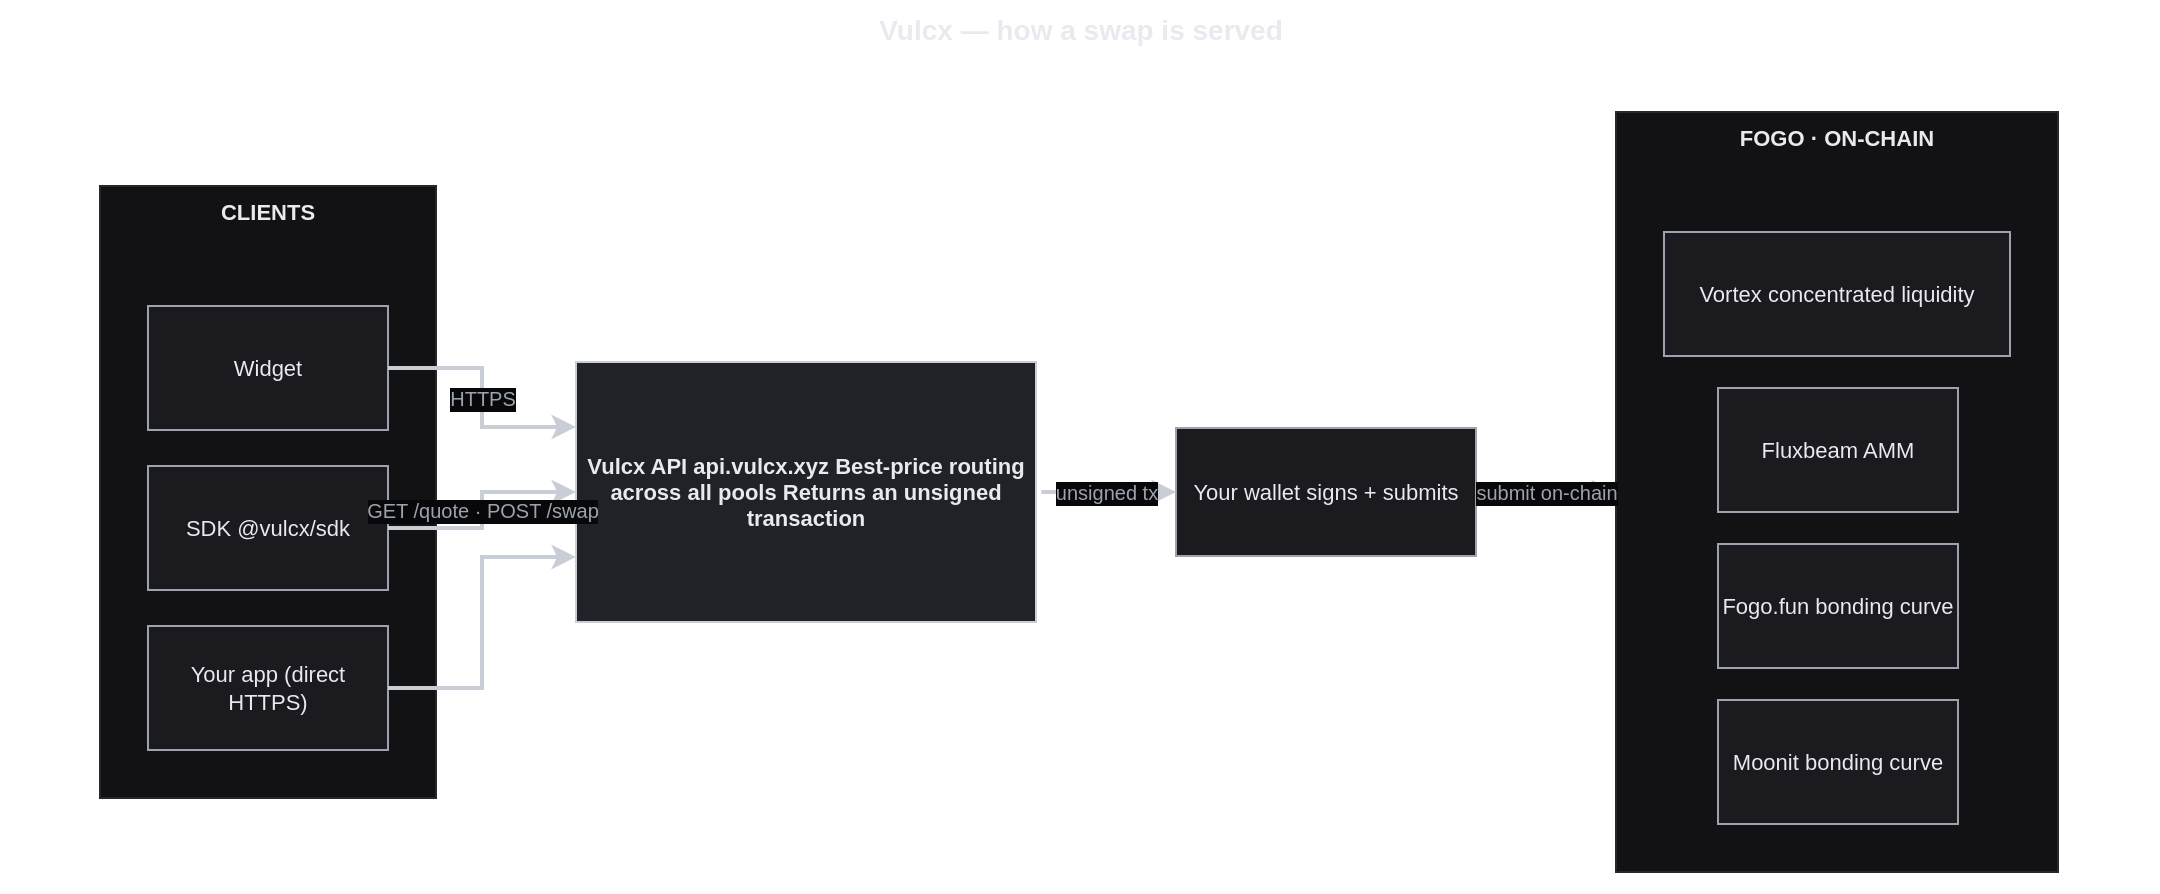
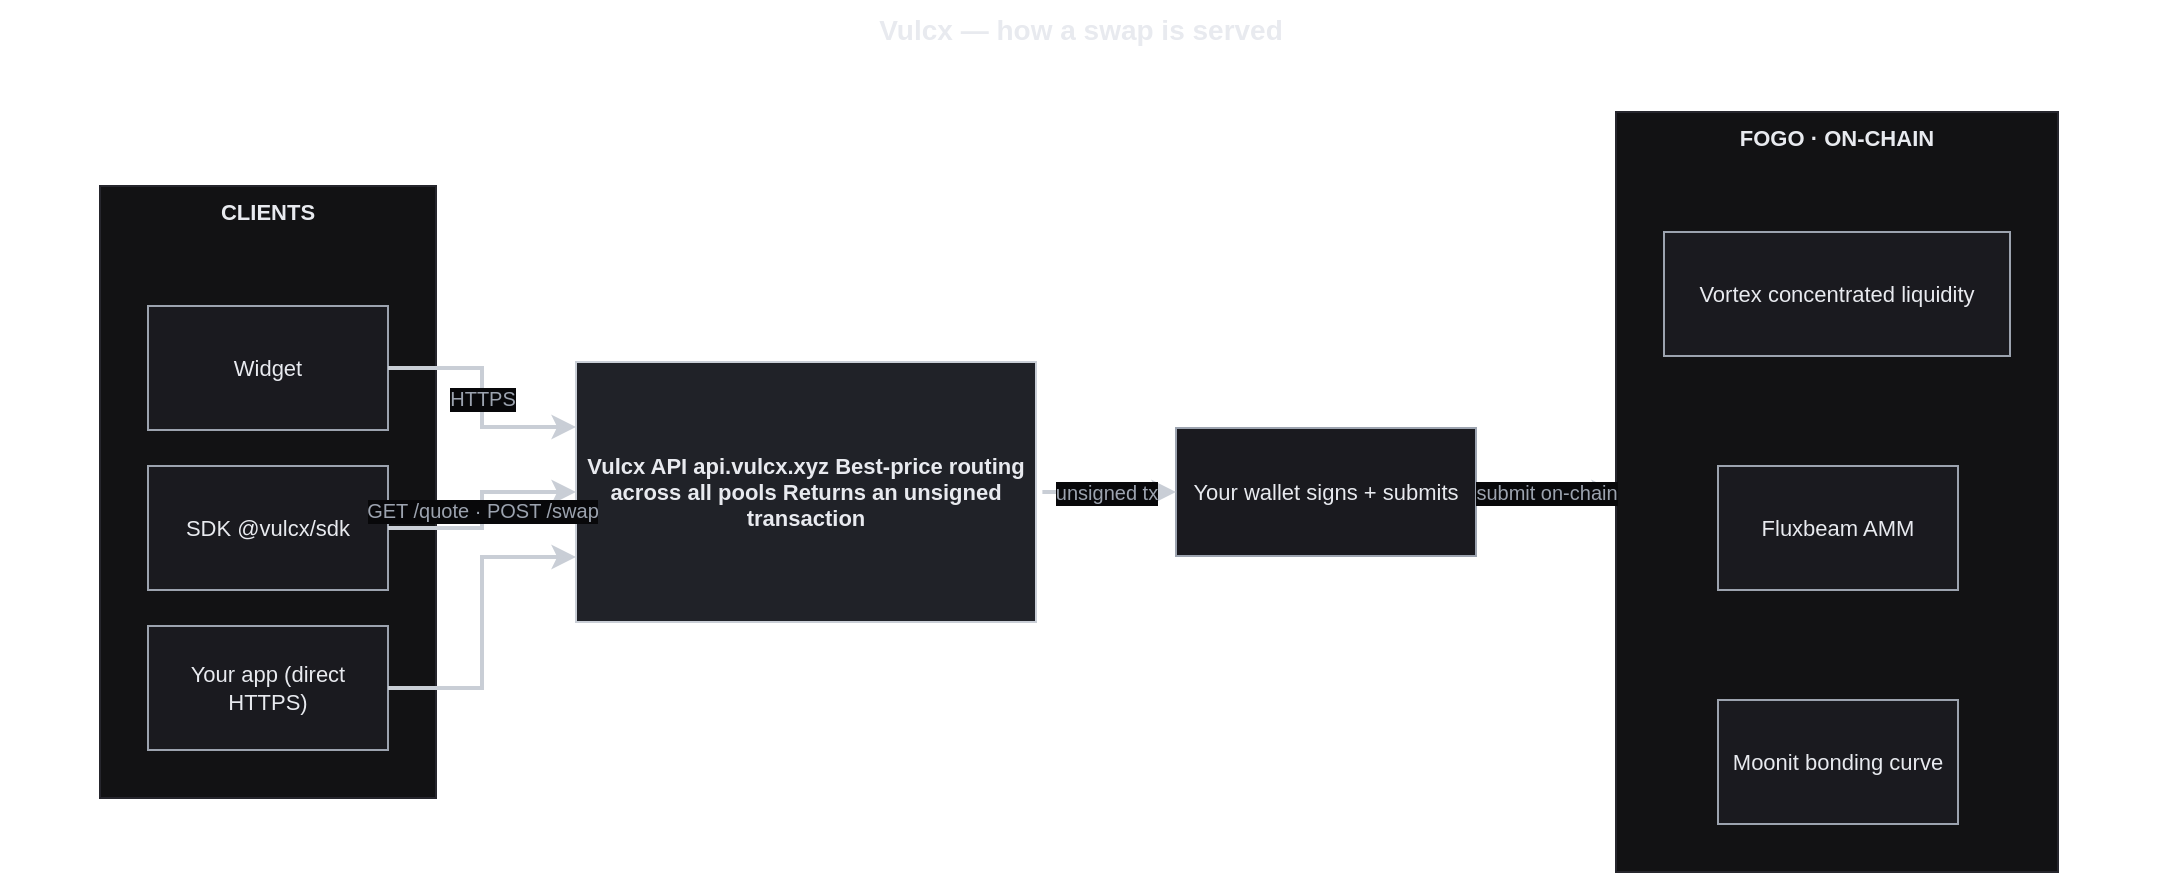
<mxfile host="app.diagrams.net"><diagram name="Vulcx architecture" id="d"><mxGraphModel dx="1400" dy="900" grid="0" gridSize="10" guides="1" tooltips="1" connect="1" arrows="1" fold="1" page="1" pageScale="1" pageWidth="1079" pageHeight="520" math="0" shadow="0"><root><mxCell id="0"/><mxCell id="1" parent="0"/><mxCell id="root" value="" style="rounded=0;whiteSpace=wrap;html=1;fillColor=none;strokeColor=none;fontColor=#e8eaef;fontSize=11;fontStyle=1;verticalAlign=top;" vertex="1" parent="1"><mxGeometry x="40" y="70" width="999" height="400" as="geometry"/></mxCell><mxCell id="clients" value="CLIENTS" style="rounded=0;whiteSpace=wrap;html=1;fillColor=#121214;strokeColor=#26262d;fontColor=#e8eaef;fontSize=11;fontStyle=1;verticalAlign=top;" vertex="1" parent="root"><mxGeometry x="10" y="47" width="168" height="306" as="geometry"/></mxCell><mxCell id="c_widget" value="Widget
&lt;vulcx-swap&gt;" style="rounded=0;whiteSpace=wrap;html=1;fillColor=#1a1a1f;strokeColor=#9ca3af;fontColor=#e8eaef;fontSize=11;fontStyle=0;verticalAlign=middle;" vertex="1" parent="clients"><mxGeometry x="24" y="60" width="120" height="62" as="geometry"/></mxCell><mxCell id="c_sdk" value="SDK
@vulcx/sdk" style="rounded=0;whiteSpace=wrap;html=1;fillColor=#1a1a1f;strokeColor=#9ca3af;fontColor=#e8eaef;fontSize=11;fontStyle=0;verticalAlign=middle;" vertex="1" parent="clients"><mxGeometry x="24" y="140" width="120" height="62" as="geometry"/></mxCell><mxCell id="c_app" value="Your app
(direct HTTPS)" style="rounded=0;whiteSpace=wrap;html=1;fillColor=#1a1a1f;strokeColor=#9ca3af;fontColor=#e8eaef;fontSize=11;fontStyle=0;verticalAlign=middle;" vertex="1" parent="clients"><mxGeometry x="24" y="220" width="120" height="62" as="geometry"/></mxCell><mxCell id="api" value="Vulcx API
api.vulcx.xyz

Best-price routing across all pools
Returns an unsigned transaction" style="rounded=0;whiteSpace=wrap;html=1;fillColor=#202228;strokeColor=#c9ced6;fontColor=#e8eaef;fontSize=11;fontStyle=1;verticalAlign=middle;" vertex="1" parent="root"><mxGeometry x="248" y="135" width="230" height="130" as="geometry"/></mxCell><mxCell id="wallet" value="Your wallet
signs + submits" style="rounded=0;whiteSpace=wrap;html=1;fillColor=#1a1a1f;strokeColor=#9ca3af;fontColor=#e8eaef;fontSize=11;fontStyle=0;verticalAlign=middle;" vertex="1" parent="root"><mxGeometry x="548" y="168" width="150" height="64" as="geometry"/></mxCell><mxCell id="fogo" value="FOGO · ON-CHAIN" style="rounded=0;whiteSpace=wrap;html=1;fillColor=#121214;strokeColor=#26262d;fontColor=#e8eaef;fontSize=11;fontStyle=1;verticalAlign=top;" vertex="1" parent="root"><mxGeometry x="768" y="10" width="221" height="380" as="geometry"/></mxCell><mxCell id="d_vortex" value="Vortex
concentrated liquidity" style="rounded=0;whiteSpace=wrap;html=1;fillColor=#1a1a1f;strokeColor=#9ca3af;fontColor=#e8eaef;fontSize=11;fontStyle=0;verticalAlign=middle;" vertex="1" parent="fogo"><mxGeometry x="24" y="60" width="173" height="62" as="geometry"/></mxCell><mxCell id="d_flux" value="Fluxbeam
- AMM" style="rounded=0;whiteSpace=wrap;html=1;fillColor=#1a1a1f;strokeColor=#9ca3af;fontColor=#e8eaef;fontSize=11;fontStyle=0;verticalAlign=middle;" vertex="1" parent="fogo"><mxGeometry x="51" y="138" width="120" height="62" as="geometry"/></mxCell><mxCell id="d_funfun" value="Fogo.fun
- bonding curve" style="rounded=0;whiteSpace=wrap;html=1;fillColor=#1a1a1f;strokeColor=#9ca3af;fontColor=#e8eaef;fontSize=11;fontStyle=0;verticalAlign=middle;" vertex="1" parent="fogo"><mxGeometry x="51" y="216" width="120" height="62" as="geometry"/></mxCell><mxCell id="d_moonit" value="Moonit
+ AMM" style="rounded=0;whiteSpace=wrap;html=1;fillColor=#1a1a1f;strokeColor=#9ca3af;fontColor=#e8eaef;fontSize=11;fontStyle=0;verticalAlign=middle;" vertex="1" parent="fogo"><mxGeometry x="51" y="177" width="120" height="62" as="geometry"/></mxCell><mxCell id="d_moonit" value="Moonit
bonding curve" style="rounded=0;whiteSpace=wrap;html=1;fillColor=#1a1a1f;strokeColor=#9ca3af;fontColor=#e8eaef;fontSize=11;fontStyle=0;verticalAlign=middle;" vertex="1" parent="fogo"><mxGeometry x="51" y="294" width="120" height="62" as="geometry"/></mxCell><mxCell id="__title" value="Vulcx — how a swap is served" style="text;html=1;align=center;fontStyle=1;fontSize=14;fontColor=#e8eaef;" vertex="1" parent="1"><mxGeometry x="0" y="24" width="1079" height="30" as="geometry"/></mxCell><mxCell id="ed1" value="HTTPS" style="edgeStyle=orthogonalEdgeStyle;html=1;jettySize=auto;orthogonalLoop=1;fontSize=10;fontColor=#9ca3af;strokeColor=#c9ced6;strokeWidth=2;rounded=0;labelBackgroundColor=#08080a;exitX=1;exitY=0.5;exitDx=0;exitDy=0;entryX=0;entryY=0.250;entryDx=0;entryDy=0;" edge="1" parent="1" source="c_widget" target="api"><mxGeometry relative="1" as="geometry"><Array as="points"><mxPoint x="241" y="208"/><mxPoint x="241" y="238"/></Array></mxGeometry></mxCell><mxCell id="ed2" value="GET /quote · POST /swap" style="edgeStyle=orthogonalEdgeStyle;html=1;jettySize=auto;orthogonalLoop=1;fontSize=10;fontColor=#9ca3af;strokeColor=#c9ced6;strokeWidth=2;rounded=0;labelBackgroundColor=#08080a;exitX=1;exitY=0.5;exitDx=0;exitDy=0;entryX=0;entryY=0.500;entryDx=0;entryDy=0;" edge="1" parent="1" source="c_sdk" target="api"><mxGeometry relative="1" as="geometry"><Array as="points"><mxPoint x="241" y="288"/><mxPoint x="241" y="270"/></Array></mxGeometry></mxCell><mxCell id="ed3" value="" style="edgeStyle=orthogonalEdgeStyle;html=1;jettySize=auto;orthogonalLoop=1;fontSize=10;fontColor=#9ca3af;strokeColor=#c9ced6;strokeWidth=2;rounded=0;exitX=1;exitY=0.5;exitDx=0;exitDy=0;entryX=0;entryY=0.750;entryDx=0;entryDy=0;" edge="1" parent="1" source="c_app" target="api"><mxGeometry relative="1" as="geometry"><Array as="points"><mxPoint x="241" y="368"/><mxPoint x="241" y="303"/></Array></mxGeometry></mxCell><mxCell id="ed4" value="unsigned tx" style="edgeStyle=orthogonalEdgeStyle;html=1;jettySize=auto;orthogonalLoop=1;fontSize=10;fontColor=#9ca3af;strokeColor=#c9ced6;strokeWidth=2;rounded=1;flowAnimation=1;labelBackgroundColor=#08080a;exitX=1;exitY=0.500;exitDx=0;exitDy=0;entryX=0;entryY=0.500;entryDx=0;entryDy=0;" edge="1" parent="1" source="api" target="wallet"><mxGeometry relative="1" as="geometry"></mxGeometry></mxCell><mxCell id="ed5" value="submit on-chain" style="edgeStyle=orthogonalEdgeStyle;html=1;jettySize=auto;orthogonalLoop=1;fontSize=10;fontColor=#9ca3af;strokeColor=#c9ced6;strokeWidth=2;rounded=1;flowAnimation=1;labelBackgroundColor=#08080a;exitX=1;exitY=0.500;exitDx=0;exitDy=0;entryX=0;entryY=0.500;entryDx=0;entryDy=0;" edge="1" parent="1" source="wallet" target="fogo"><mxGeometry relative="1" as="geometry"></mxGeometry></mxCell></root></mxGraphModel></diagram></mxfile>